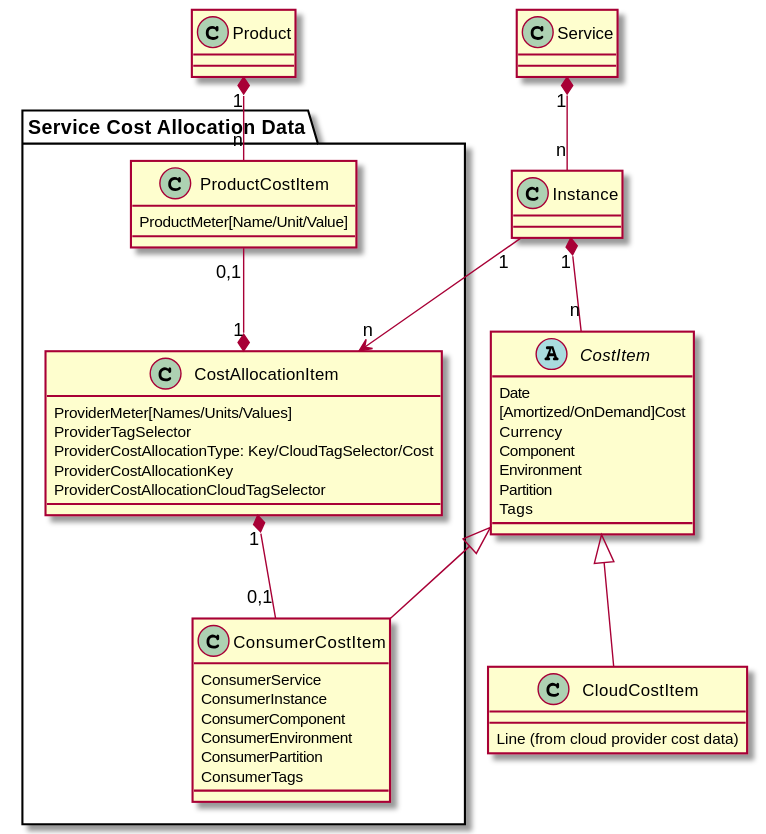
Before: puml/cost-allocation-model.svg, a diagram exported from PlantUML (AmadeusITGroup/cloud-cost-allocation).
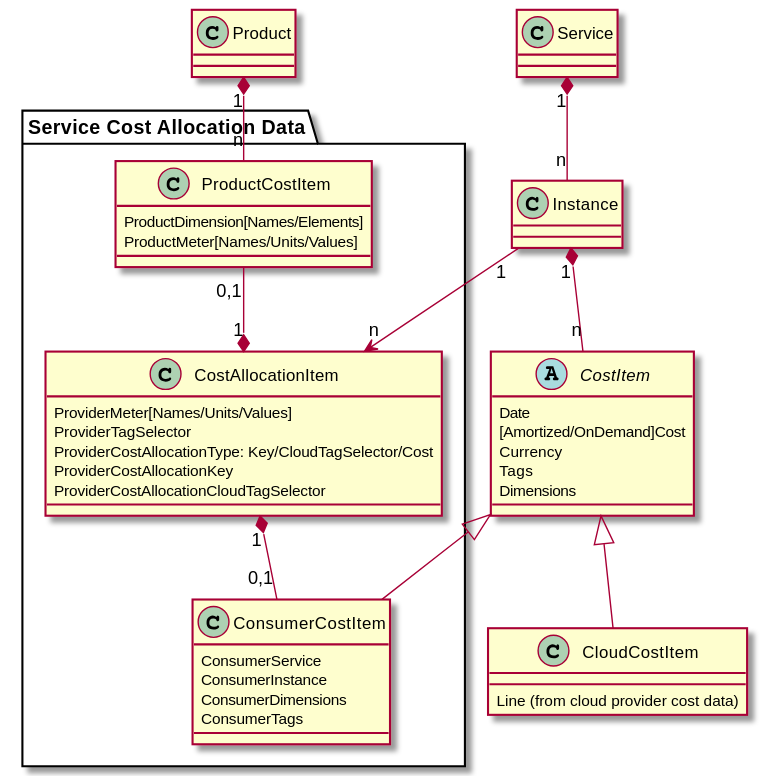
The same diagram one commit later.

Commit message:
Support multiple product meters and improved cost allocation w.r.t. product affinity (#3)

The edit, as a diff of the source:
```diff
@@ -11,10 +11,8 @@
 Date
 [Amortized/OnDemand]Cost
 Currency
-Component
-Environment
-Partition
 Tags
+Dimensions
 }
 Instance "1" *-- "n" CostItem
 
@@ -29,15 +27,14 @@
 }
 
 class ProductCostItem {
-ProductMeter[Name/Unit/Value]
+ProductDimension[Names/Elements]
+ProductMeter[Names/Units/Values]
 }
 
 class ConsumerCostItem {
 ConsumerService
 ConsumerInstance
-ConsumerComponent
-ConsumerEnvironment
-ConsumerPartition
+ConsumerDimensions
 ConsumerTags
 }
 }
```
